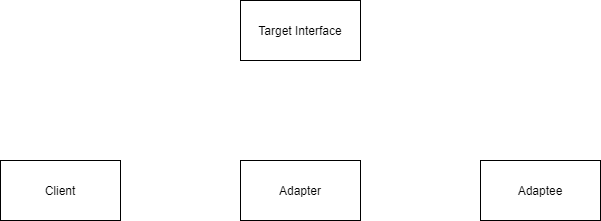
Earlier version of the draw.io export Design Patterns/Structural/Adapter Diagram.png (smitbmx/Architecture-Diagrams). Source tidied: cells renumbered, new cells last; positions are measured from the earlier drawing's top-left corner, leaving out a move shared by most shapes. Source of this version:
```xml
<mxGraphModel>
  <root>
    <mxCell id="0" />
    <mxCell id="1" parent="0" />
    <mxCell id="2" value="Client" style="rounded=0;whiteSpace=wrap;html=1;" parent="1" vertex="1">
      <mxGeometry y="160" width="120" height="60" as="geometry" />
    </mxCell>
    <mxCell id="3" value="Adapter" style="rounded=0;whiteSpace=wrap;html=1;" parent="1" vertex="1">
      <mxGeometry x="240" y="160" width="120" height="60" as="geometry" />
    </mxCell>
    <mxCell id="4" value="Adaptee" style="rounded=0;whiteSpace=wrap;html=1;" parent="1" vertex="1">
      <mxGeometry x="480" y="160" width="120" height="60" as="geometry" />
    </mxCell>
    <mxCell id="5" value="Target Interface" style="rounded=0;whiteSpace=wrap;html=1;" parent="1" vertex="1">
      <mxGeometry x="240" width="120" height="60" as="geometry" />
    </mxCell>
  </root>
</mxGraphModel>
```
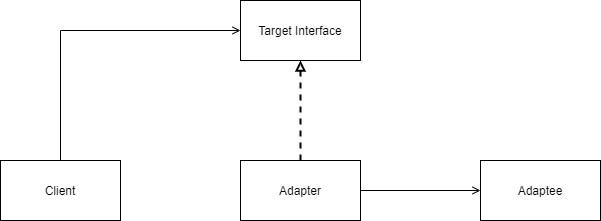
The same file after the commit.

The edit, as a diff of the source:
```diff
@@ -14,5 +14,18 @@
     <mxCell id="5" value="Target Interface" style="rounded=0;whiteSpace=wrap;html=1;" parent="1" vertex="1">
       <mxGeometry x="240" width="120" height="60" as="geometry" />
     </mxCell>
+    <mxCell id="6" style="endArrow=open;html=1;exitX=0.5;exitY=0;exitDx=0;exitDy=0;entryX=0;entryY=0.5;entryDx=0;entryDy=0;rounded=0;endFill=0;" parent="1" edge="1" source="2" target="5">
+      <mxGeometry relative="1" as="geometry">
+        <Array as="points">
+          <mxPoint x="60" y="30" />
+        </Array>
+      </mxGeometry>
+    </mxCell>
+    <mxCell id="7" style="endArrow=open;html=1;entryX=0;entryY=0.5;entryDx=0;entryDy=0;exitX=1;exitY=0.5;exitDx=0;exitDy=0;endFill=0;" parent="1" edge="1" source="3" target="4">
+      <mxGeometry relative="1" as="geometry" />
+    </mxCell>
+    <mxCell id="8" style="endArrow=block;dashed=1;html=1;entryX=0.5;entryY=1;entryDx=0;entryDy=0;exitX=0.5;exitY=0;exitDx=0;exitDy=0;endFill=0;strokeWidth=2;" parent="1" edge="1" source="3" target="5">
+      <mxGeometry relative="1" as="geometry" />
+    </mxCell>
   </root>
 </mxGraphModel>
```
